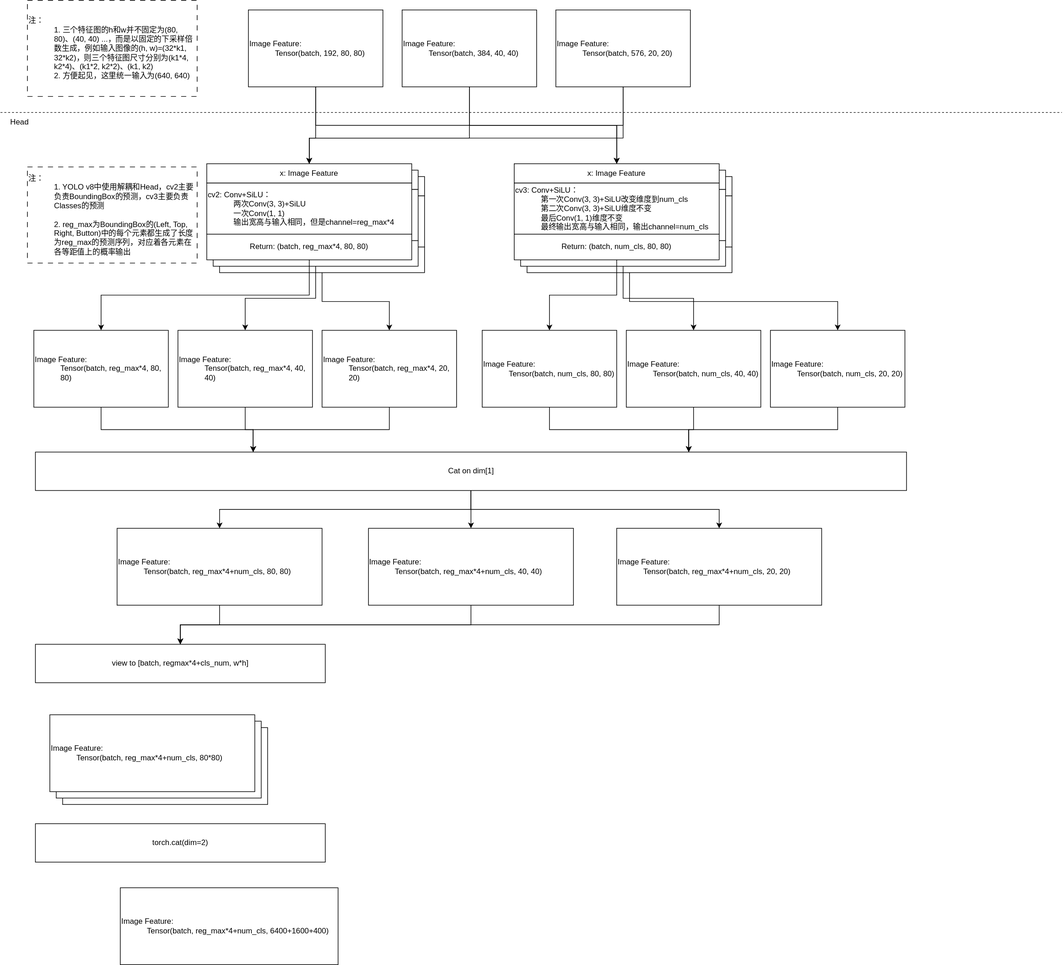
Before: 机器学习/Resources/YOLO v8 Head结构.svg, a diagram exported from draw.io (h13-0/Notebooks). Source tidied: cells renumbered, new cells last; positions are measured from the earlier drawing's top-left corner, leaving out a move shared by most shapes.
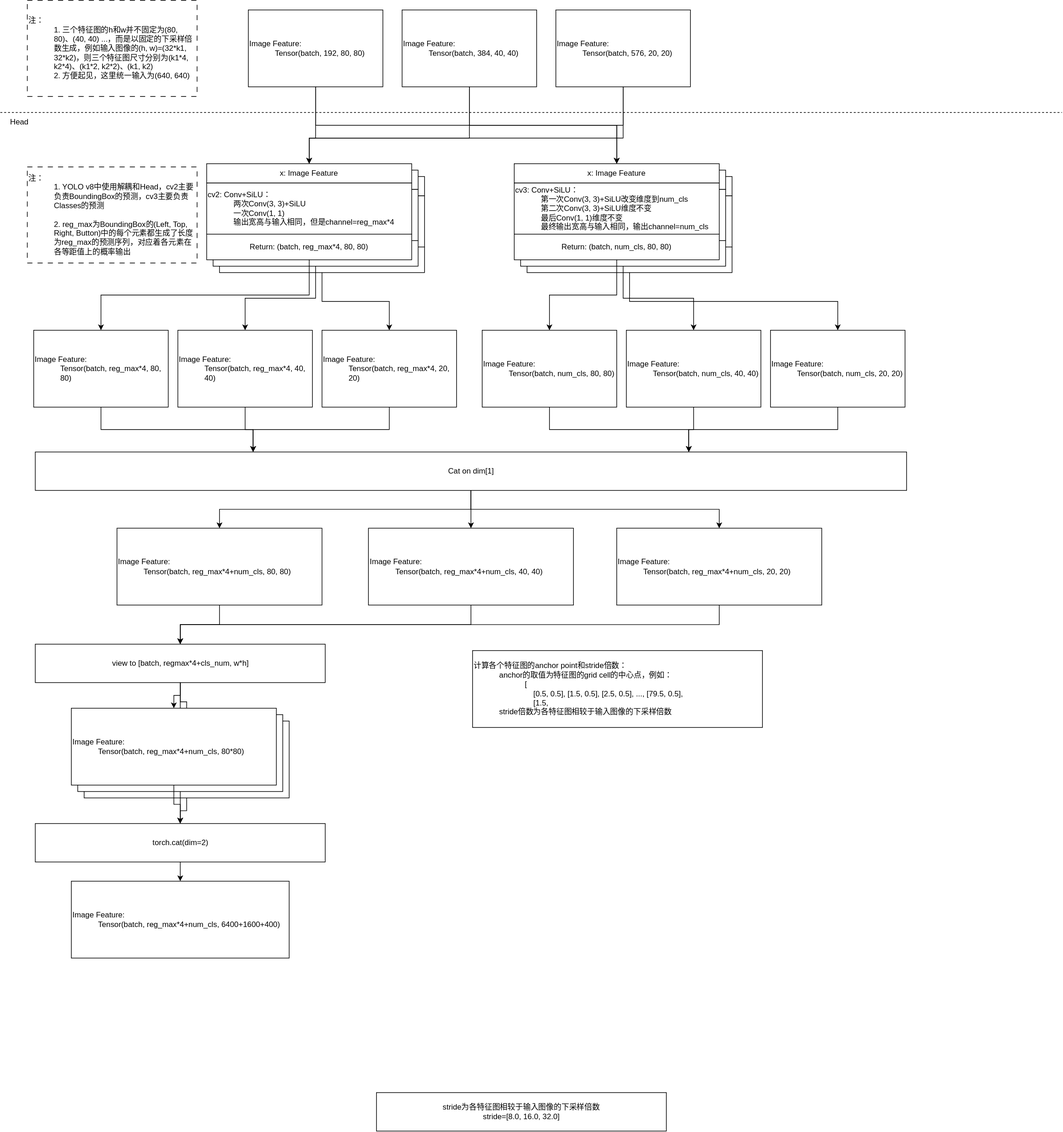
After the commit.

Commit message:
vault backup: 2025-03-30 17:47:04

What changed in the source:
```diff
@@ -2,8 +2,11 @@
   <root>
     <mxCell id="0" />
     <mxCell id="1" parent="0" />
+    <mxCell id="67" style="edgeStyle=orthogonalEdgeStyle;rounded=0;jettySize=auto;html=1;exitX=0.5;exitY=1;exitDx=0;exitDy=0;entryX=0.5;entryY=0;entryDx=0;entryDy=0;" parent="1" edge="1" source="2" target="63">
+      <mxGeometry relative="1" as="geometry" />
+    </mxCell>
     <mxCell id="2" value="&lt;div style=&quot;&quot;&gt;&lt;span style=&quot;background-color: transparent; color: light-dark(rgb(0, 0, 0), rgb(255, 255, 255));&quot;&gt;Image Feature:&lt;/span&gt;&lt;/div&gt;&lt;blockquote style=&quot;margin: 0 0 0 40px; border: none; padding: 0px;&quot;&gt;&lt;div style=&quot;&quot;&gt;&lt;span style=&quot;background-color: transparent; color: light-dark(rgb(0, 0, 0), rgb(255, 255, 255));&quot;&gt;Tensor(batch,&amp;nbsp;&lt;/span&gt;&lt;span style=&quot;text-align: center;&quot;&gt;reg_max*4+num_cls&lt;/span&gt;&lt;span style=&quot;background-color: transparent; color: light-dark(rgb(0, 0, 0), rgb(255, 255, 255));&quot;&gt;, 20*20)&lt;/span&gt;&lt;/div&gt;&lt;/blockquote&gt;" style="rounded=0;whiteSpace=wrap;html=1;align=left;" parent="1" vertex="1">
-      <mxGeometry x="97" y="1135" width="320" height="120" as="geometry" />
+      <mxGeometry x="130.8" y="1125" width="320" height="120" as="geometry" />
     </mxCell>
     <mxCell id="3" style="endArrow=none;dashed=1;html=1;rounded=0;exitX=0;exitY=0;exitDx=0;exitDy=0;" parent="1" edge="1" source="4">
       <mxGeometry relative="1" as="geometry">
@@ -204,20 +207,46 @@
     <mxCell id="61" value="注：&lt;div&gt;&lt;blockquote style=&quot;margin: 0 0 0 40px; border: none; padding: 0px;&quot;&gt;&lt;div&gt;1. 三个特征图的h和w并不固定为(80, 80)、(40, 40) ...，而是以固定的下采样倍数生成，例如输入图像的(h, w)=(32*k1, 32*k2)，则三个特征图尺寸分别为(k1*4, k2*4)、(k1*2, k2*2)、(k1, k2)&lt;/div&gt;&lt;div&gt;2. 方便起见，这里统一输入为(640, 640)&lt;/div&gt;&lt;/blockquote&gt;&lt;/div&gt;" style="rounded=0;whiteSpace=wrap;html=1;align=left;dashed=1;dashPattern=8 8;" parent="1" vertex="1">
       <mxGeometry x="42" width="265" height="150" as="geometry" />
     </mxCell>
+    <mxCell id="68" style="edgeStyle=orthogonalEdgeStyle;rounded=0;jettySize=auto;html=1;exitX=0.5;exitY=1;exitDx=0;exitDy=0;entryX=0.5;entryY=0;entryDx=0;entryDy=0;" parent="1" edge="1" source="62" target="66">
+      <mxGeometry relative="1" as="geometry" />
+    </mxCell>
+    <mxCell id="69" style="edgeStyle=orthogonalEdgeStyle;rounded=0;jettySize=auto;html=1;exitX=0.5;exitY=1;exitDx=0;exitDy=0;entryX=0.5;entryY=0;entryDx=0;entryDy=0;" parent="1" edge="1" source="62" target="64">
+      <mxGeometry relative="1" as="geometry" />
+    </mxCell>
+    <mxCell id="70" style="edgeStyle=orthogonalEdgeStyle;rounded=0;jettySize=auto;html=1;exitX=0.5;exitY=1;exitDx=0;exitDy=0;entryX=0.5;entryY=0;entryDx=0;entryDy=0;" parent="1" edge="1" source="62" target="2">
+      <mxGeometry relative="1" as="geometry" />
+    </mxCell>
     <mxCell id="62" value="view to [batch, regmax*4+cls_num, w*h]" style="rounded=0;whiteSpace=wrap;html=1;" parent="1" vertex="1">
       <mxGeometry x="54.5" y="1005" width="452.5" height="60" as="geometry" />
     </mxCell>
+    <mxCell id="71" style="edgeStyle=orthogonalEdgeStyle;rounded=0;jettySize=auto;html=1;exitX=0.5;exitY=1;exitDx=0;exitDy=0;entryX=0.5;entryY=0;entryDx=0;entryDy=0;" parent="1" edge="1" source="63" target="65">
+      <mxGeometry relative="1" as="geometry" />
+    </mxCell>
     <mxCell id="63" value="torch.cat(dim=2)" style="rounded=0;whiteSpace=wrap;html=1;" parent="1" vertex="1">
       <mxGeometry x="54.5" y="1285" width="452.5" height="60" as="geometry" />
     </mxCell>
+    <mxCell id="72" style="edgeStyle=orthogonalEdgeStyle;rounded=0;jettySize=auto;html=1;exitX=0.5;exitY=1;exitDx=0;exitDy=0;" parent="1" edge="1" source="64">
+      <mxGeometry relative="1" as="geometry">
+        <mxPoint x="280.6" y="1285" as="targetPoint" />
+      </mxGeometry>
+    </mxCell>
     <mxCell id="64" value="&lt;div style=&quot;&quot;&gt;&lt;span style=&quot;background-color: transparent; color: light-dark(rgb(0, 0, 0), rgb(255, 255, 255));&quot;&gt;Image Feature:&lt;/span&gt;&lt;/div&gt;&lt;blockquote style=&quot;margin: 0 0 0 40px; border: none; padding: 0px;&quot;&gt;&lt;div style=&quot;&quot;&gt;&lt;span style=&quot;background-color: transparent; color: light-dark(rgb(0, 0, 0), rgb(255, 255, 255));&quot;&gt;Tensor(batch,&amp;nbsp;&lt;/span&gt;&lt;span style=&quot;text-align: center;&quot;&gt;reg_max*4+num_cls&lt;/span&gt;&lt;span style=&quot;background-color: transparent; color: light-dark(rgb(0, 0, 0), rgb(255, 255, 255));&quot;&gt;, 40*40)&lt;/span&gt;&lt;/div&gt;&lt;/blockquote&gt;" style="rounded=0;whiteSpace=wrap;html=1;align=left;" parent="1" vertex="1">
-      <mxGeometry x="87" y="1125" width="320" height="120" as="geometry" />
+      <mxGeometry x="120.8" y="1115" width="320" height="120" as="geometry" />
     </mxCell>
     <mxCell id="65" value="&lt;div style=&quot;&quot;&gt;&lt;span style=&quot;background-color: transparent; color: light-dark(rgb(0, 0, 0), rgb(255, 255, 255));&quot;&gt;Image Feature:&lt;/span&gt;&lt;/div&gt;&lt;blockquote style=&quot;margin: 0 0 0 40px; border: none; padding: 0px;&quot;&gt;&lt;div style=&quot;&quot;&gt;&lt;span style=&quot;background-color: transparent; color: light-dark(rgb(0, 0, 0), rgb(255, 255, 255));&quot;&gt;Tensor(batch,&amp;nbsp;&lt;/span&gt;&lt;span style=&quot;text-align: center;&quot;&gt;reg_max*4+num_cls&lt;/span&gt;&lt;span style=&quot;background-color: transparent; color: light-dark(rgb(0, 0, 0), rgb(255, 255, 255));&quot;&gt;, 6400+1600+400)&lt;/span&gt;&lt;/div&gt;&lt;/blockquote&gt;" style="rounded=0;whiteSpace=wrap;html=1;align=left;" parent="1" vertex="1">
-      <mxGeometry x="187" y="1385" width="340" height="120" as="geometry" />
+      <mxGeometry x="110.8" y="1375" width="340" height="120" as="geometry" />
     </mxCell>
+    <mxCell id="73" style="edgeStyle=orthogonalEdgeStyle;rounded=0;jettySize=auto;html=1;exitX=0.5;exitY=1;exitDx=0;exitDy=0;entryX=0.5;entryY=0;entryDx=0;entryDy=0;" parent="1" edge="1" source="66" target="63">
+      <mxGeometry relative="1" as="geometry" />
+    </mxCell>
     <mxCell id="66" value="&lt;div style=&quot;&quot;&gt;&lt;span style=&quot;background-color: transparent; color: light-dark(rgb(0, 0, 0), rgb(255, 255, 255));&quot;&gt;Image Feature:&lt;/span&gt;&lt;/div&gt;&lt;blockquote style=&quot;margin: 0 0 0 40px; border: none; padding: 0px;&quot;&gt;&lt;div style=&quot;&quot;&gt;&lt;span style=&quot;background-color: transparent; color: light-dark(rgb(0, 0, 0), rgb(255, 255, 255));&quot;&gt;Tensor(batch,&amp;nbsp;&lt;/span&gt;&lt;span style=&quot;text-align: center;&quot;&gt;reg_max*4+num_cls&lt;/span&gt;&lt;span style=&quot;background-color: transparent; color: light-dark(rgb(0, 0, 0), rgb(255, 255, 255));&quot;&gt;, 80*80)&lt;/span&gt;&lt;/div&gt;&lt;/blockquote&gt;" style="rounded=0;whiteSpace=wrap;html=1;align=left;" parent="1" vertex="1">
-      <mxGeometry x="77" y="1115" width="320" height="120" as="geometry" />
+      <mxGeometry x="110.8" y="1105" width="320" height="120" as="geometry" />
     </mxCell>
+    <mxCell id="74" value="stride为各特征图相较于输入图像的下采样倍数&lt;div&gt;stride=[8.0, 16.0, 32.0]&lt;/div&gt;" style="rounded=0;whiteSpace=wrap;html=1;" parent="1" vertex="1">
+      <mxGeometry x="587" y="1705" width="452.5" height="60" as="geometry" />
+    </mxCell>
+    <mxCell id="75" value="计算各个特征图的anchor point和stride倍数：&lt;blockquote style=&quot;margin: 0 0 0 40px; border: none; padding: 0px;&quot;&gt;&lt;div&gt;anchor的取值为特征图的grid cell的中心点，例如：&lt;/div&gt;&lt;/blockquote&gt;&lt;blockquote style=&quot;margin: 0 0 0 40px; border: none; padding: 0px;&quot;&gt;&lt;blockquote style=&quot;margin: 0 0 0 40px; border: none; padding: 0px;&quot;&gt;[&lt;/blockquote&gt;&lt;blockquote style=&quot;margin: 0 0 0 40px; border: none; padding: 0px;&quot;&gt;&amp;nbsp; &amp;nbsp; [0.5, 0.5], [1.5, 0.5], [2.5, 0.5], ..., [79.5, 0.5],&lt;/blockquote&gt;&lt;blockquote style=&quot;margin: 0 0 0 40px; border: none; padding: 0px;&quot;&gt;&amp;nbsp; &amp;nbsp; [1.5,&lt;/blockquote&gt;&lt;/blockquote&gt;&lt;blockquote style=&quot;margin: 0 0 0 40px; border: none; padding: 0px;&quot;&gt;&lt;div&gt;stride倍数为各特征图相较于输入图像的下采样倍数&lt;/div&gt;&lt;/blockquote&gt;" style="rounded=0;whiteSpace=wrap;html=1;align=left;" parent="1" vertex="1">
+      <mxGeometry x="737" y="1015" width="452.5" height="120" as="geometry" />
+    </mxCell>
   </root>
 </mxGraphModel>
```
